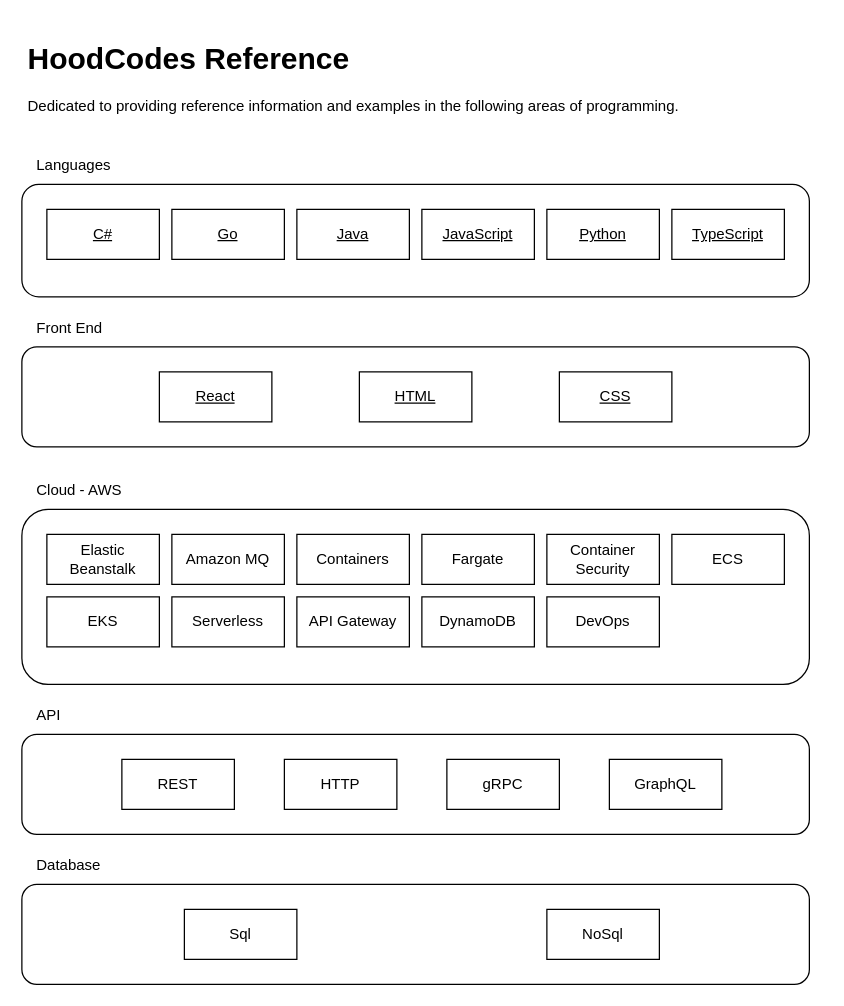
Before: assets/Topics.drawio in hoodcodes/hoodcodes-reference, a draw.io diagram. Source tidied: cells renumbered, new cells numbered last; positions are measured from the earlier drawing's top-left corner, leaving out a move shared by most shapes. Both pictures are drawn from the tidied source at 125%, with x=0, y=0 at pixel (21, 34).
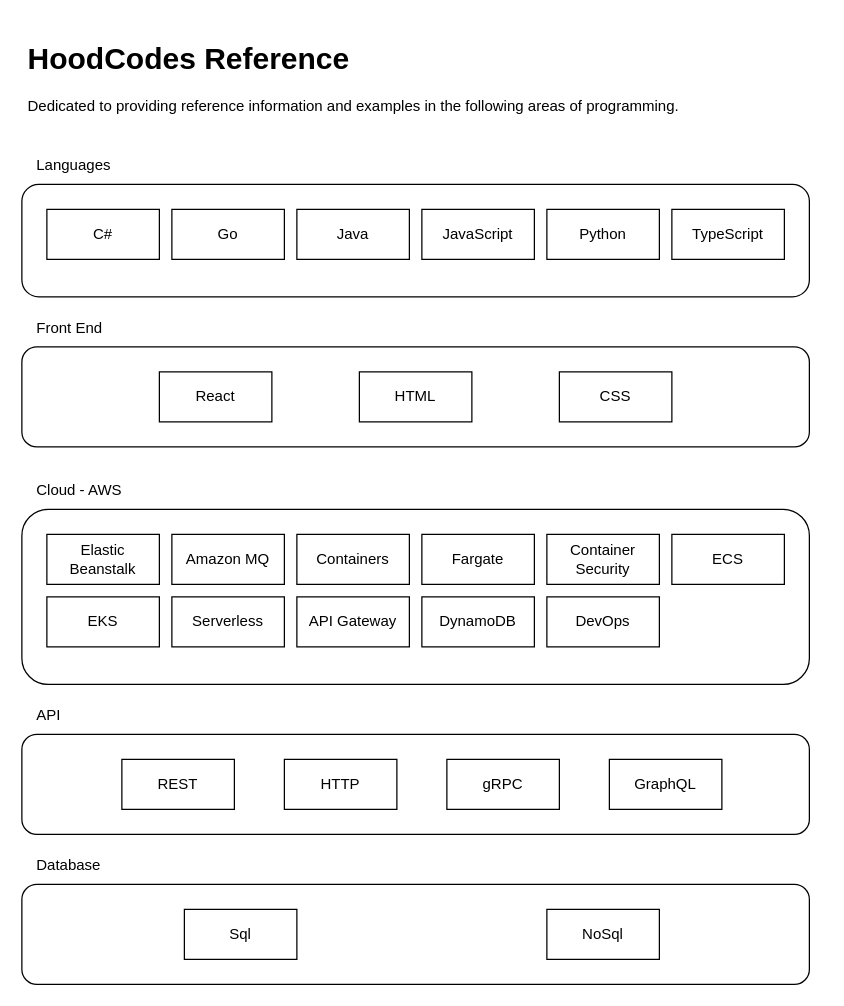
Above is the later version.

What changed in the source:
```diff
@@
-    <mxCell id="10" value="C#" style="rounded=0;whiteSpace=wrap;html=1;fontStyle=4;" parent="1" vertex="1">
+    <mxCell id="10" value="C#" style="rounded=0;whiteSpace=wrap;html=1;fontStyle=0;" parent="1" vertex="1">
       <mxGeometry x="20" y="140" width="90" height="40" as="geometry" />
     </mxCell>
-    <mxCell id="11" value="Java" style="rounded=0;whiteSpace=wrap;html=1;fontStyle=4;" parent="1" vertex="1">
+    <mxCell id="11" value="Java" style="rounded=0;whiteSpace=wrap;html=1;fontStyle=0;" parent="1" vertex="1">
       <mxGeometry x="220" y="140" width="90" height="40" as="geometry" />
     </mxCell>
-    <mxCell id="12" value="JavaScript" style="rounded=0;whiteSpace=wrap;html=1;fontStyle=4;" parent="1" vertex="1">
+    <mxCell id="12" value="JavaScript" style="rounded=0;whiteSpace=wrap;html=1;fontStyle=0;" parent="1" vertex="1">
       <mxGeometry x="320" y="140" width="90" height="40" as="geometry" />
     </mxCell>
-    <mxCell id="13" value="Go" style="rounded=0;whiteSpace=wrap;html=1;fontStyle=4;" parent="1" vertex="1">
+    <mxCell id="13" value="Go" style="rounded=0;whiteSpace=wrap;html=1;fontStyle=0;" parent="1" vertex="1">
       <mxGeometry x="120" y="140" width="90" height="40" as="geometry" />
     </mxCell>
-    <mxCell id="14" value="TypeScript" style="rounded=0;whiteSpace=wrap;html=1;fontStyle=4;" parent="1" vertex="1">
+    <mxCell id="14" value="TypeScript" style="rounded=0;whiteSpace=wrap;html=1;fontStyle=0;" parent="1" vertex="1">
       <mxGeometry x="520" y="140" width="90" height="40" as="geometry" />
     </mxCell>
-    <mxCell id="15" value="Python" style="rounded=0;whiteSpace=wrap;html=1;fontStyle=4;" parent="1" vertex="1">
+    <mxCell id="15" value="Python" style="rounded=0;whiteSpace=wrap;html=1;fontStyle=0;" parent="1" vertex="1">
       <mxGeometry x="420" y="140" width="90" height="40" as="geometry" />
     </mxCell>
@@
-    <mxCell id="35" value="React" style="rounded=0;whiteSpace=wrap;html=1;fontStyle=4;" parent="1" vertex="1">
+    <mxCell id="35" value="React" style="rounded=0;whiteSpace=wrap;html=1;fontStyle=0;" parent="1" vertex="1">
       <mxGeometry x="110" y="270" width="90" height="40" as="geometry" />
     </mxCell>
@@
-    <mxCell id="37" value="HTML" style="rounded=0;whiteSpace=wrap;html=1;fontStyle=4;" parent="1" vertex="1">
+    <mxCell id="37" value="HTML" style="rounded=0;whiteSpace=wrap;html=1;fontStyle=0;" parent="1" vertex="1">
       <mxGeometry x="270" y="270" width="90" height="40" as="geometry" />
     </mxCell>
-    <mxCell id="38" value="CSS" style="rounded=0;whiteSpace=wrap;html=1;fontStyle=4;" parent="1" vertex="1">
+    <mxCell id="38" value="CSS" style="rounded=0;whiteSpace=wrap;html=1;fontStyle=0;" parent="1" vertex="1">
       <mxGeometry x="430" y="270" width="90" height="40" as="geometry" />
     </mxCell>
```
